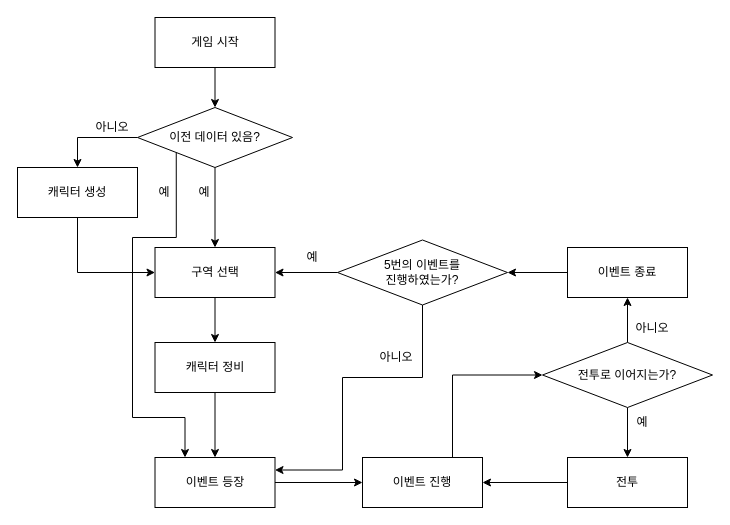
Above: 게임 디자인/기획/게임 플로우_최종.drawio in DahamChoi/Exlix (draw.io), before the change. Source tidied: cells renumbered, new cells numbered last; positions are measured from the earlier drawing's top-left corner, leaving out a move shared by most shapes. Both pictures are drawn from the tidied source at 100%, with x=0, y=0 at pixel (17, 17).
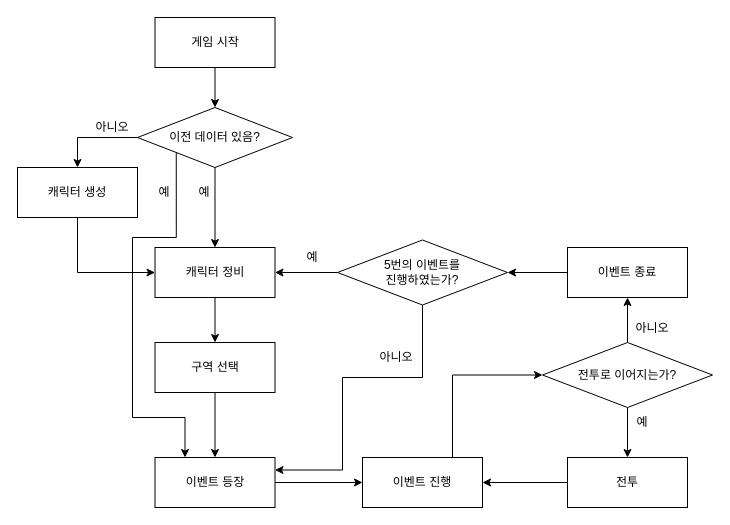
The same page after the edit.

Diff of the diagram source:
```diff
@@
-    <mxCell id="13" value="구역 선택" style="rounded=0;whiteSpace=wrap;html=1;" parent="1" vertex="1">
+    <mxCell id="13" value="캐릭터 정비" style="rounded=0;whiteSpace=wrap;html=1;" parent="1" vertex="1">
       <mxGeometry x="137.5" y="230" width="120" height="50" as="geometry" />
     </mxCell>
@@
-    <mxCell id="15" value="캐릭터 정비" style="rounded=0;whiteSpace=wrap;html=1;" parent="1" vertex="1">
+    <mxCell id="15" value="구역 선택" style="rounded=0;whiteSpace=wrap;html=1;" parent="1" vertex="1">
       <mxGeometry x="137.5" y="325" width="120" height="50" as="geometry" />
     </mxCell>
```
